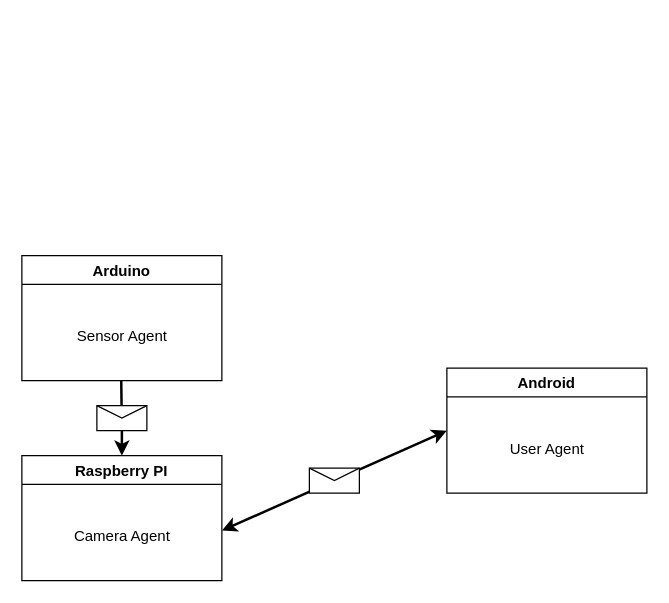
Earlier version of the draw.io diagram Actor_Model.drawio (bmarrao/TPSE). Source tidied: cells renumbered, new cells numbered last; positions are measured from the earlier drawing's top-left corner, leaving out a move shared by most shapes. Both pictures are drawn from the tidied source at 125%, with x=0, y=0 at pixel (21, 30).
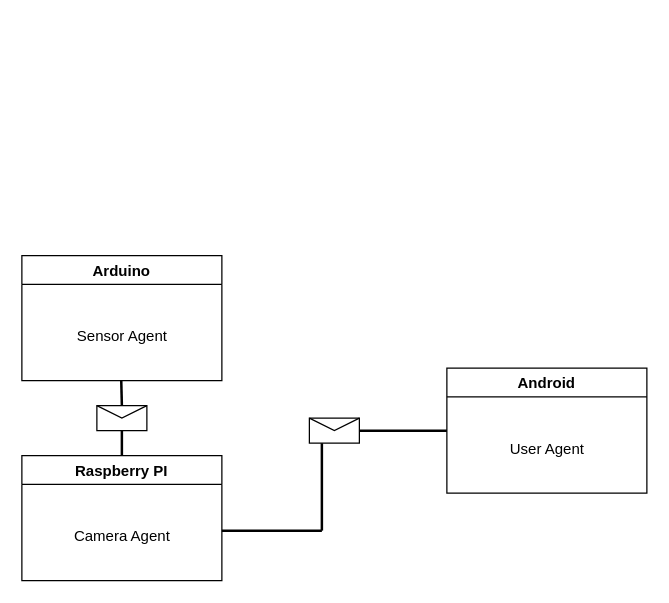
After the change.

Commit message:
Actor Model

Unchanged cells that the change refers to:
```xml
<mxCell id="4" value="Raspberry PI" style="swimlane;" parent="1" vertex="1">
  <mxGeometry y="340" width="160" height="100" as="geometry" />
</mxCell>
<mxCell id="6" value="Android" style="swimlane;" parent="1" vertex="1">
  <mxGeometry x="340" y="270" width="160" height="100" as="geometry" />
</mxCell>
```

Change to the diagram source:
```diff
@@
-    <mxCell id="8" style="endArrow=classic;startArrow=classic;html=1;rounded=0;strokeWidth=2;" parent="1" edge="1">
-      <mxGeometry relative="1" as="geometry">
-        <mxPoint x="340" y="320" as="sourcePoint" />
-        <mxPoint x="160" y="400" as="targetPoint" />
-      </mxGeometry>
-    </mxCell>
@@
+    <mxCell id="14" style="endArrow=none;html=1;rounded=0;strokeWidth=2;exitX=0.5;exitY=0;exitDx=0;exitDy=0;" parent="1" edge="1" source="13">
+      <mxGeometry relative="1" as="geometry">
+        <mxPoint x="79.5" y="280" as="targetPoint" />
+      </mxGeometry>
+    </mxCell>
+    <mxCell id="15" style="endArrow=none;html=1;rounded=0;strokeWidth=2;exitX=0.5;exitY=0;exitDx=0;exitDy=0;" parent="1" edge="1" source="4" target="13">
+      <mxGeometry relative="1" as="geometry" />
+    </mxCell>
+    <mxCell id="13" style="shape=message;html=1;html=1;outlineConnect=0;labelPosition=center;verticalLabelPosition=bottom;align=center;verticalAlign=top;" parent="1" vertex="1">
+      <mxGeometry x="60" y="300" width="40" height="20" as="geometry" />
+    </mxCell>
+    <mxCell id="16" style="endArrow=none;html=1;rounded=0;strokeWidth=2;" parent="1" edge="1">
+      <mxGeometry relative="1" as="geometry">
+        <mxPoint x="160" y="400" as="sourcePoint" />
+        <mxPoint x="240" y="400" as="targetPoint" />
+      </mxGeometry>
+    </mxCell>
+    <mxCell id="17" style="endArrow=none;html=1;rounded=0;strokeWidth=2;" parent="1" edge="1">
+      <mxGeometry relative="1" as="geometry">
+        <mxPoint x="240" y="400" as="sourcePoint" />
+        <mxPoint x="240" y="320" as="targetPoint" />
+      </mxGeometry>
+    </mxCell>
+    <mxCell id="18" style="endArrow=none;html=1;rounded=0;strokeWidth=2;entryX=0;entryY=0.5;entryDx=0;entryDy=0;" parent="1" edge="1" source="10" target="6">
+      <mxGeometry relative="1" as="geometry" />
+    </mxCell>
+    <mxCell id="19" style="endArrow=none;html=1;rounded=0;strokeWidth=2;entryX=0;entryY=0.5;entryDx=0;entryDy=0;" parent="1" edge="1" target="10">
+      <mxGeometry relative="1" as="geometry">
+        <mxPoint x="240" y="319" as="sourcePoint" />
+      </mxGeometry>
+    </mxCell>
     <mxCell id="10" style="shape=message;html=1;html=1;outlineConnect=0;labelPosition=center;verticalLabelPosition=bottom;align=center;verticalAlign=top;" parent="1" vertex="1">
-      <mxGeometry x="230" y="350" width="40" height="20" as="geometry" />
+      <mxGeometry x="230" y="310" width="40" height="20" as="geometry" />
     </mxCell>
-    <mxCell id="11" style="endArrow=classic;html=1;rounded=0;strokeWidth=2;entryX=0.5;entryY=1;entryDx=0;entryDy=0;" parent="1" edge="1" source="13">
-      <mxGeometry relative="1" as="geometry">
-        <mxPoint x="80" y="340" as="targetPoint" />
-      </mxGeometry>
-    </mxCell>
-    <mxCell id="12" style="endArrow=classic;html=1;rounded=0;strokeWidth=2;entryX=0.5;entryY=1;entryDx=0;entryDy=0;" parent="1" edge="1" target="13">
-      <mxGeometry relative="1" as="geometry">
-        <mxPoint x="79.5" y="280" as="sourcePoint" />
-      </mxGeometry>
-    </mxCell>
-    <mxCell id="13" style="shape=message;html=1;html=1;outlineConnect=0;labelPosition=center;verticalLabelPosition=bottom;align=center;verticalAlign=top;" parent="1" vertex="1">
-      <mxGeometry x="60" y="300" width="40" height="20" as="geometry" />
-    </mxCell>
```
